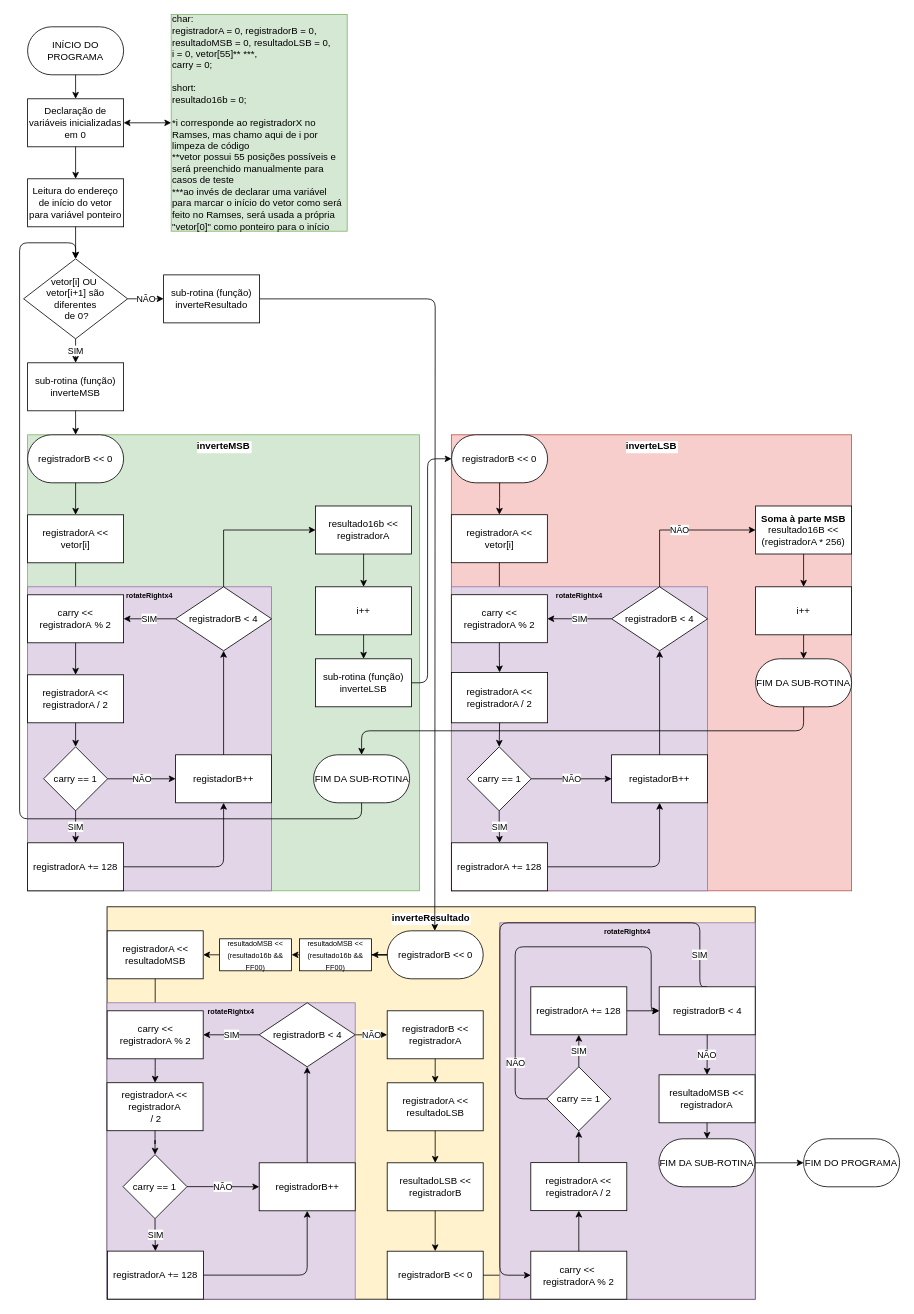
Above: page "FluxogramaC" (2 of 2) of Fluxogramas/FluxogramaTrabalhoRamses_19_1.drawio in gabrielluizcm/TrabalhoRamses_19_1 (draw.io), before the change. Source tidied: cells renumbered, new cells numbered last; positions are measured from the earlier drawing's top-left corner, leaving out a move shared by most shapes. Both pictures are drawn from the tidied source at 80%, with x=0, y=0 at pixel (19, 14).
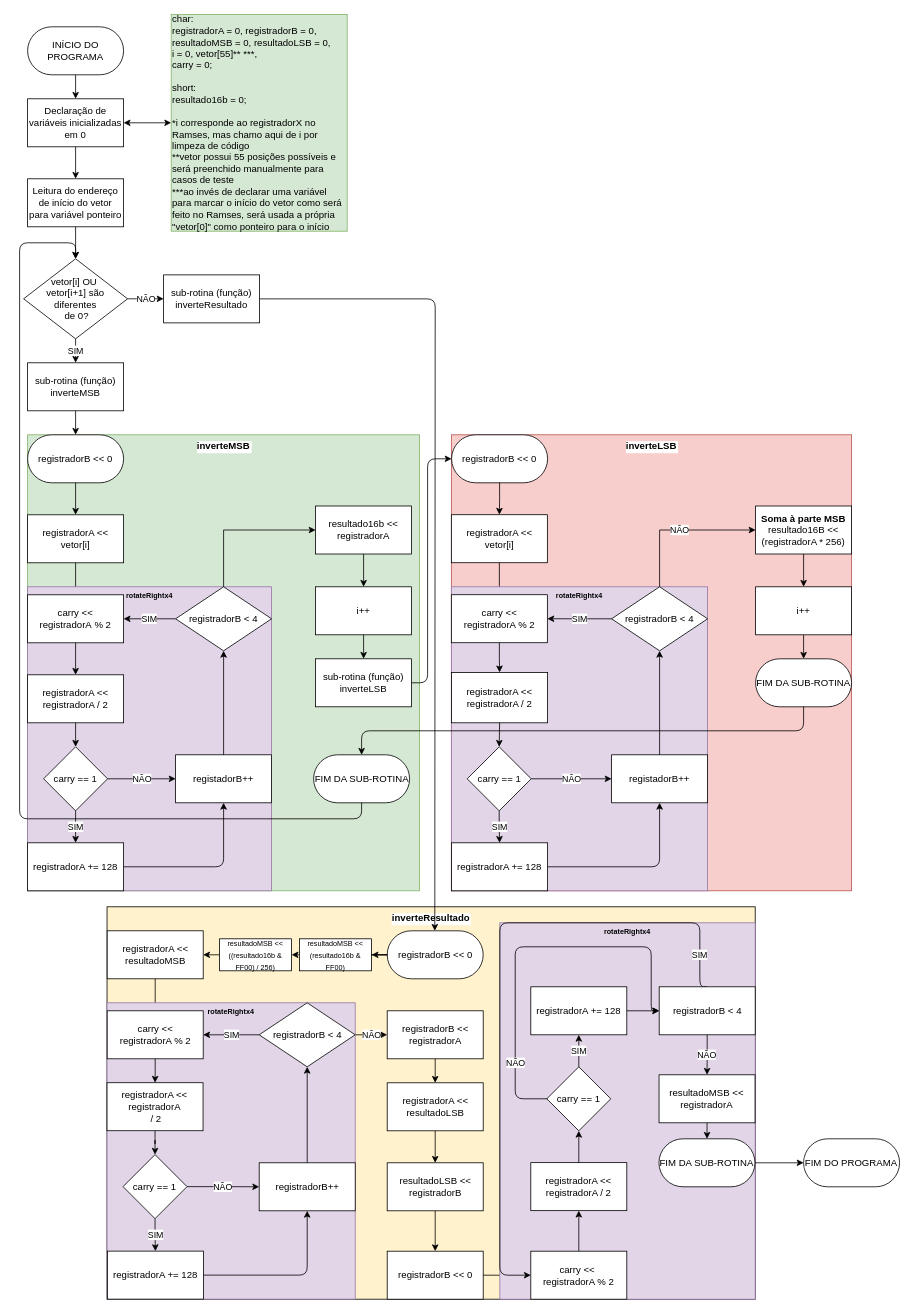
The same page after the edit.

Unchanged cells that the change refers to:
```xml
<mxCell id="70" value="inverteResultado" style="group;fillColor=#fff2cc;strokeColor=#000000;fontStyle=1;verticalAlign=top;align=center;labelBackgroundColor=#ffffff;" parent="1" vertex="1">
  <mxGeometry x="109.3" y="1116" width="810.2" height="490.5" as="geometry" />
</mxCell>
```

The edit, as a diff of the source:
```diff
@@
-    <mxCell id="114" value="&lt;font style=&quot;font-size: 9px&quot;&gt;resultadoMSB &amp;lt;&amp;lt;&lt;br&gt;(resultado16b &amp;amp;&amp;amp; FF00)&lt;/font&gt;&lt;br&gt;" style="rounded=0;whiteSpace=wrap;html=1;" parent="70" vertex="1">
+    <mxCell id="114" value="&lt;font style=&quot;font-size: 9px&quot;&gt;resultadoMSB &amp;lt;&amp;lt;&lt;br&gt;(resultado16b &amp;amp; FF00)&lt;/font&gt;&lt;br&gt;" style="rounded=0;whiteSpace=wrap;html=1;" parent="70" vertex="1">
       <mxGeometry x="240.7" y="40" width="90" height="40" as="geometry" />
     </mxCell>
@@
-    <mxCell id="117" value="&lt;font style=&quot;font-size: 9px&quot;&gt;resultadoMSB &amp;lt;&amp;lt;&lt;br&gt;(resultado16b &amp;amp;&amp;amp; FF00)&lt;/font&gt;&lt;br&gt;" style="rounded=0;whiteSpace=wrap;html=1;" parent="70" vertex="1">
+    <mxCell id="117" value="&lt;font style=&quot;font-size: 9px&quot;&gt;resultadoMSB &amp;lt;&amp;lt;&lt;br&gt;((resultado16b &amp;amp; FF00) / 256)&lt;/font&gt;&lt;br&gt;" style="rounded=0;whiteSpace=wrap;html=1;" parent="70" vertex="1">
       <mxGeometry x="140.7" y="40" width="90" height="40" as="geometry" />
     </mxCell>
```
